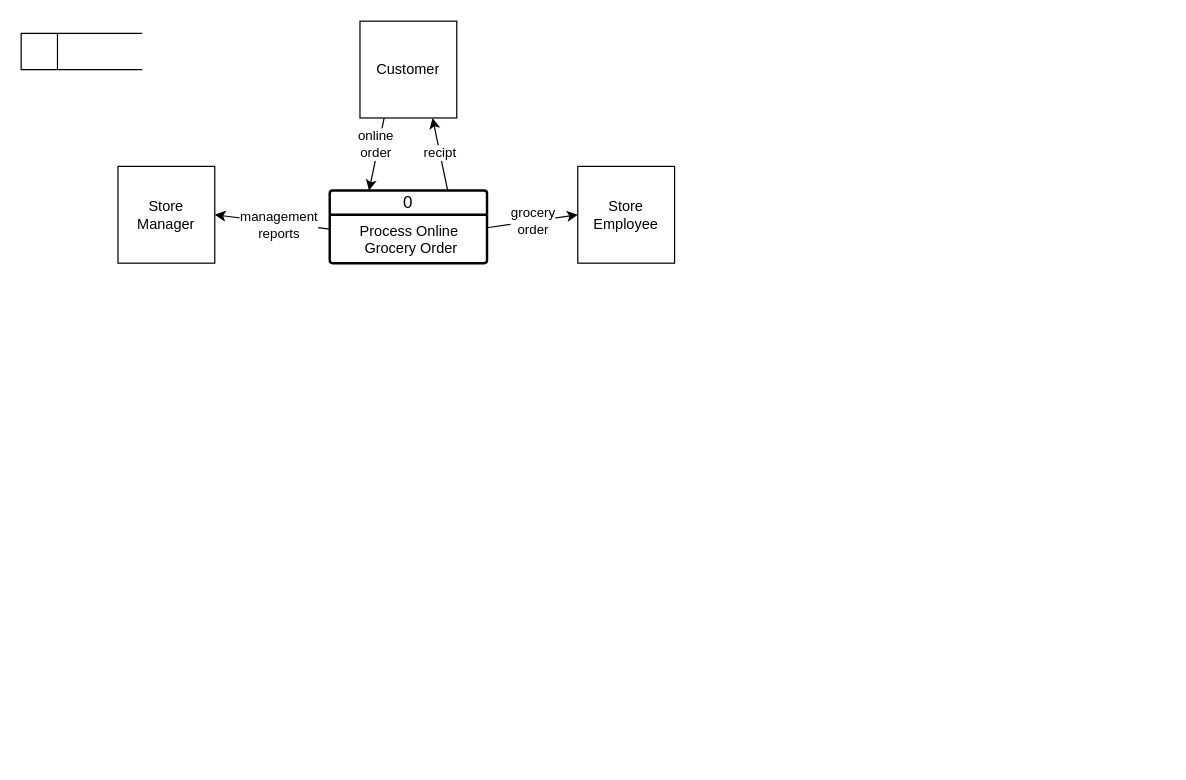
amirabdullahi1/gold keeps this draw.io diagram as SENG 321/Data.drawio. Above is the earlier version. Source tidied: cells renumbered, new cells numbered last; positions are measured from the earlier drawing's top-left corner, leaving out a move shared by most shapes. Both pictures are drawn from the tidied source at 121%, with x=0, y=0 at pixel (21, 21).
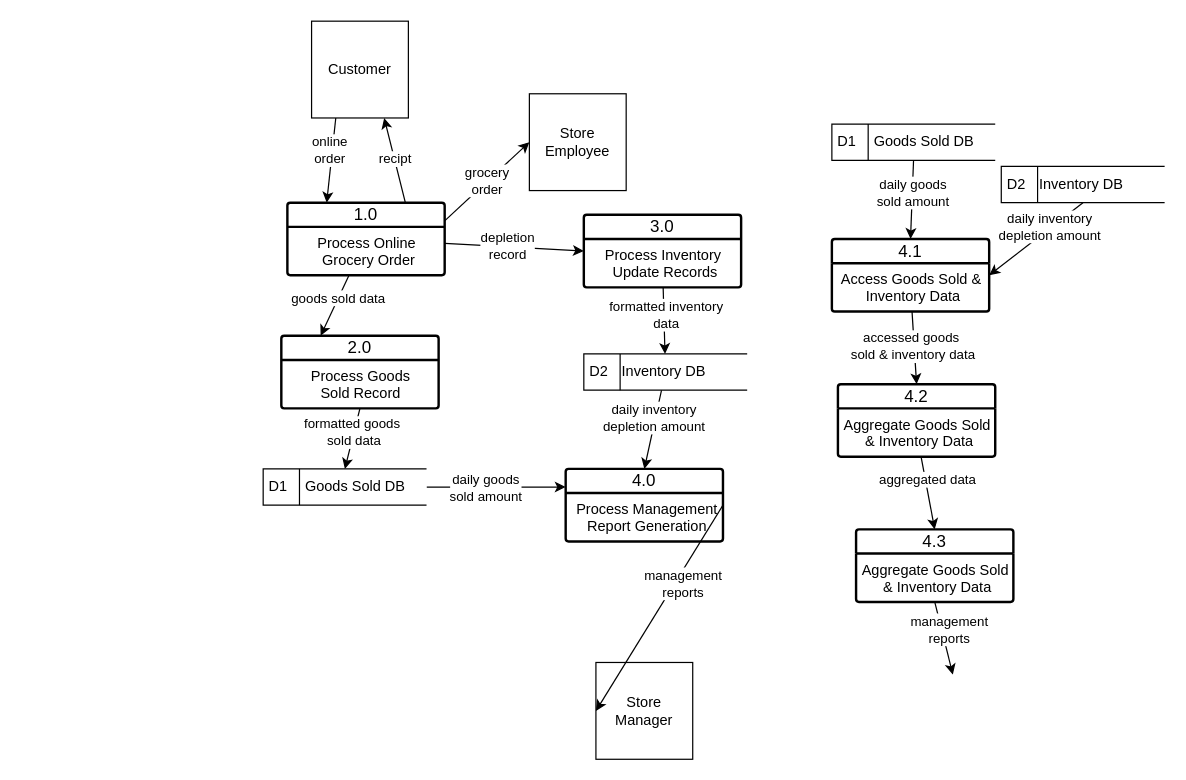
After the change.

What changed in the source:
```diff
@@
-    <mxCell id="2" style="html=1;dashed=0;whiteSpace=wrap;shape=mxgraph.dfd.dataStoreID;align=left;spacingLeft=3;" parent="1" vertex="1">
-      <mxGeometry y="10" width="100" height="30" as="geometry" />
-    </mxCell>
-    <mxCell id="3" style="rounded=0;jettySize=auto;html=1;entryX=0.75;entryY=1;entryDx=0;entryDy=0;exitX=0.75;exitY=0;exitDx=0;exitDy=0;" parent="1" edge="1" source="10" target="7">
+    <mxCell id="3" style="rounded=0;jettySize=auto;html=1;entryX=0.75;entryY=1;entryDx=0;entryDy=0;exitX=0.75;exitY=0;exitDx=0;exitDy=0;" parent="1" edge="1" source="19" target="7">
       <mxGeometry relative="1" as="geometry" />
     </mxCell>
@@
-    <mxCell id="5" style="rounded=0;jettySize=auto;html=1;exitX=0.25;exitY=1;exitDx=0;exitDy=0;entryX=0.25;entryY=0;entryDx=0;entryDy=0;" parent="1" edge="1" source="7" target="10">
+    <mxCell id="5" style="rounded=0;jettySize=auto;html=1;exitX=0.25;exitY=1;exitDx=0;exitDy=0;entryX=0.25;entryY=0;entryDx=0;entryDy=0;" parent="1" edge="1" source="7" target="19">
       <mxGeometry relative="1" as="geometry" />
     </mxCell>
@@
     <mxCell id="7" value="Customer" style="whiteSpace=wrap;html=1;" parent="1" vertex="1">
-      <mxGeometry x="280" width="80" height="80" as="geometry" />
+      <mxGeometry x="240" width="80" height="80" as="geometry" />
     </mxCell>
     <mxCell id="8" value="Store Employee" style="whiteSpace=wrap;html=1;" parent="1" vertex="1">
-      <mxGeometry x="460" y="120" width="80" height="80" as="geometry" />
+      <mxGeometry x="420" y="60" width="80" height="80" as="geometry" />
     </mxCell>
     <mxCell id="9" value="Store Manager" style="whiteSpace=wrap;html=1;" parent="1" vertex="1">
-      <mxGeometry x="80" y="120" width="80" height="80" as="geometry" />
+      <mxGeometry x="475" y="530" width="80" height="80" as="geometry" />
     </mxCell>
-    <mxCell id="10" value="0" style="swimlane;horizontal=1;startSize=20;rounded=1;fontSize=14;fontStyle=0;strokeWidth=2;shadow=0;dashed=0;align=center;arcSize=4;whiteSpace=wrap;html=1;" parent="1" vertex="1">
-      <mxGeometry x="255" y="140" width="130" height="60" as="geometry" />
-    </mxCell>
-    <mxCell id="11" value="Process Online&amp;nbsp;&lt;div&gt;Grocery Order&lt;/div&gt;" style="align=center;strokeColor=none;fillColor=none;spacingLeft=4;fontSize=12;verticalAlign=top;html=1;" parent="10" vertex="1">
-      <mxGeometry y="20" width="130" height="40" as="geometry" />
-    </mxCell>
-    <mxCell id="12" value="grocery&lt;div&gt;order&lt;/div&gt;" style="rounded=0;jettySize=auto;html=1;entryX=0;entryY=0.5;entryDx=0;entryDy=0;" parent="1" edge="1" source="11" target="8">
+    <mxCell id="12" value="grocery&lt;div&gt;order&lt;/div&gt;" style="rounded=0;jettySize=auto;html=1;entryX=0;entryY=0.5;entryDx=0;entryDy=0;exitX=1;exitY=0.25;exitDx=0;exitDy=0;" parent="1" edge="1" source="19" target="8">
       <mxGeometry relative="1" as="geometry" />
     </mxCell>
-    <mxCell id="13" style="rounded=0;jettySize=auto;html=1;entryX=1;entryY=0.5;entryDx=0;entryDy=0;" parent="1" edge="1" source="11" target="9">
+    <mxCell id="13" style="rounded=0;jettySize=auto;html=1;entryX=0;entryY=0.5;entryDx=0;entryDy=0;exitX=1;exitY=0.5;exitDx=0;exitDy=0;" parent="1" edge="1" source="24" target="9">
       <mxGeometry relative="1" as="geometry" />
     </mxCell>
     <mxCell id="14" value="management&lt;div&gt;reports&lt;/div&gt;" style="edgeLabel;html=1;align=center;verticalAlign=middle;" parent="13" vertex="1">
       <mxGeometry x="-0.25" y="1" relative="1" as="geometry">
-        <mxPoint x="-7" as="offset" />
+        <mxPoint x="5" as="offset" />
       </mxGeometry>
     </mxCell>
+    <mxCell id="15" style="rounded=0;jettySize=auto;html=1;entryX=0.25;entryY=0;entryDx=0;entryDy=0;" parent="1" edge="1" source="19" target="20">
+      <mxGeometry relative="1" as="geometry" />
+    </mxCell>
+    <mxCell id="16" value="goods sold data" style="edgeLabel;html=1;align=center;verticalAlign=middle;" parent="15" vertex="1">
+      <mxGeometry x="-0.23" y="-1" relative="1" as="geometry" />
+    </mxCell>
+    <mxCell id="17" style="rounded=0;jettySize=auto;html=1;entryX=0;entryY=0.25;entryDx=0;entryDy=0;" parent="1" edge="1" source="19" target="23">
+      <mxGeometry relative="1" as="geometry" />
+    </mxCell>
+    <mxCell id="18" value="depletion&lt;div&gt;record&lt;/div&gt;" style="edgeLabel;html=1;align=center;verticalAlign=middle;" parent="17" vertex="1">
+      <mxGeometry x="-0.09" y="1" relative="1" as="geometry" />
+    </mxCell>
+    <mxCell id="19" value="1.0" style="swimlane;horizontal=1;startSize=20;rounded=1;fontSize=14;fontStyle=0;strokeWidth=2;shadow=0;dashed=0;align=center;arcSize=4;whiteSpace=wrap;html=1;" parent="1" vertex="1">
+      <mxGeometry x="220" y="150" width="130" height="60" as="geometry" />
+    </mxCell>
+    <mxCell id="11" value="Process Online&amp;nbsp;&lt;div&gt;Grocery Order&lt;/div&gt;" style="align=center;strokeColor=none;fillColor=none;spacingLeft=4;fontSize=12;verticalAlign=top;html=1;" parent="19" vertex="1">
+      <mxGeometry y="20" width="130" height="40" as="geometry" />
+    </mxCell>
+    <mxCell id="20" value="2.0" style="swimlane;horizontal=1;startSize=20;rounded=1;fontSize=14;fontStyle=0;strokeWidth=2;shadow=0;dashed=0;align=center;arcSize=4;whiteSpace=wrap;html=1;" parent="1" vertex="1">
+      <mxGeometry x="215" y="260" width="130" height="60" as="geometry" />
+    </mxCell>
+    <mxCell id="21" value="Process&amp;nbsp;&lt;span style=&quot;background-color: initial;&quot;&gt;Goods&amp;nbsp;&lt;/span&gt;&lt;div&gt;&lt;span style=&quot;background-color: initial;&quot;&gt;Sold Record&amp;nbsp;&lt;/span&gt;&lt;/div&gt;" style="align=center;strokeColor=none;fillColor=none;spacingLeft=4;fontSize=12;verticalAlign=top;html=1;" parent="20" vertex="1">
+      <mxGeometry y="20" width="130" height="40" as="geometry" />
+    </mxCell>
+    <mxCell id="22" value="3.0" style="swimlane;horizontal=1;startSize=20;rounded=1;fontSize=14;fontStyle=0;strokeWidth=2;shadow=0;dashed=0;align=center;arcSize=4;whiteSpace=wrap;html=1;" parent="1" vertex="1">
+      <mxGeometry x="465" y="160" width="130" height="60" as="geometry" />
+    </mxCell>
+    <mxCell id="23" value="Process Inventory&amp;nbsp;&lt;div&gt;Update Records&lt;/div&gt;" style="align=center;strokeColor=none;fillColor=none;spacingLeft=4;fontSize=12;verticalAlign=top;html=1;" parent="22" vertex="1">
+      <mxGeometry y="20" width="130" height="40" as="geometry" />
+    </mxCell>
+    <mxCell id="24" value="4.0" style="swimlane;horizontal=1;startSize=20;rounded=1;fontSize=14;fontStyle=0;strokeWidth=2;shadow=0;dashed=0;align=center;arcSize=4;whiteSpace=wrap;html=1;" parent="1" vertex="1">
+      <mxGeometry x="450" y="370" width="130" height="60" as="geometry" />
+    </mxCell>
+    <mxCell id="25" value="Process Management&lt;div&gt;Report Generation&lt;/div&gt;" style="align=center;strokeColor=none;fillColor=none;spacingLeft=4;fontSize=12;verticalAlign=top;html=1;" parent="24" vertex="1">
+      <mxGeometry y="20" width="130" height="40" as="geometry" />
+    </mxCell>
+    <mxCell id="26" style="rounded=0;jettySize=auto;html=1;entryX=0;entryY=0.25;entryDx=0;entryDy=0;" parent="1" edge="1" source="28" target="24">
+      <mxGeometry relative="1" as="geometry" />
+    </mxCell>
+    <mxCell id="27" value="daily goods&lt;div&gt;sold amount&lt;/div&gt;" style="edgeLabel;html=1;align=center;verticalAlign=middle;" parent="26" vertex="1">
+      <mxGeometry x="-0.16" relative="1" as="geometry" />
+    </mxCell>
+    <mxCell id="28" value="D1&lt;span style=&quot;white-space: pre;&quot;&gt;&#9;&lt;/span&gt;&amp;nbsp;Goods Sold DB" style="html=1;dashed=0;whiteSpace=wrap;shape=mxgraph.dfd.dataStoreID;align=left;spacingLeft=3;points=[[0,0],[0.5,0],[1,0],[0,0.5],[1,0.5],[0,1],[0.5,1],[1,1]];" parent="1" vertex="1">
+      <mxGeometry x="200" y="370" width="135" height="30" as="geometry" />
+    </mxCell>
+    <mxCell id="29" style="rounded=0;jettySize=auto;html=1;entryX=0.5;entryY=0;entryDx=0;entryDy=0;exitX=0.5;exitY=1;exitDx=0;exitDy=0;" parent="1" edge="1" source="20" target="28">
+      <mxGeometry relative="1" as="geometry" />
+    </mxCell>
+    <mxCell id="30" value="formatted goods&amp;nbsp;&lt;div&gt;sold data&lt;/div&gt;" style="edgeLabel;html=1;align=center;verticalAlign=middle;" parent="29" vertex="1">
+      <mxGeometry x="-0.23" y="-1" relative="1" as="geometry" />
+    </mxCell>
+    <mxCell id="31" style="rounded=0;jettySize=auto;html=1;entryX=0.5;entryY=0;entryDx=0;entryDy=0;" parent="1" edge="1" source="33" target="24">
+      <mxGeometry relative="1" as="geometry" />
+    </mxCell>
+    <mxCell id="32" value="daily inventory&lt;div&gt;depletion amount&lt;/div&gt;" style="edgeLabel;html=1;align=center;verticalAlign=middle;" parent="31" vertex="1">
+      <mxGeometry x="-0.3" y="-2" relative="1" as="geometry" />
+    </mxCell>
+    <mxCell id="33" value="D2&lt;span style=&quot;white-space: pre;&quot;&gt;&#9;&lt;/span&gt;Inventory DB" style="html=1;dashed=0;whiteSpace=wrap;shape=mxgraph.dfd.dataStoreID;align=left;spacingLeft=3;points=[[0,0],[0.5,0],[1,0],[0,0.5],[1,0.5],[0,1],[0.5,1],[1,1]];" parent="1" vertex="1">
+      <mxGeometry x="465" y="275" width="135" height="30" as="geometry" />
+    </mxCell>
+    <mxCell id="34" style="rounded=0;jettySize=auto;html=1;" parent="1" edge="1" source="23" target="33">
+      <mxGeometry relative="1" as="geometry" />
+    </mxCell>
+    <mxCell id="35" value="formatted inventory&lt;div&gt;data&lt;/div&gt;" style="edgeLabel;html=1;align=center;verticalAlign=middle;" parent="34" vertex="1">
+      <mxGeometry x="-0.33" y="1" relative="1" as="geometry">
+        <mxPoint y="5" as="offset" />
+      </mxGeometry>
+    </mxCell>
+    <mxCell id="36" value="4.1" style="swimlane;horizontal=1;startSize=20;rounded=1;fontSize=14;fontStyle=0;strokeWidth=2;shadow=0;dashed=0;align=center;arcSize=4;whiteSpace=wrap;html=1;" parent="1" vertex="1">
+      <mxGeometry x="670" y="180" width="130" height="60" as="geometry" />
+    </mxCell>
+    <mxCell id="37" value="Access Goods Sold &amp;amp;&amp;nbsp;&lt;div&gt;Inventory Data&lt;/div&gt;" style="align=center;strokeColor=none;fillColor=none;spacingLeft=4;fontSize=12;verticalAlign=top;html=1;" parent="36" vertex="1">
+      <mxGeometry y="20" width="130" height="40" as="geometry" />
+    </mxCell>
+    <mxCell id="38" value="4.2" style="swimlane;horizontal=1;startSize=20;rounded=1;fontSize=14;fontStyle=0;strokeWidth=2;shadow=0;dashed=0;align=center;arcSize=4;whiteSpace=wrap;html=1;" parent="1" vertex="1">
+      <mxGeometry x="675" y="300" width="130" height="60" as="geometry" />
+    </mxCell>
+    <mxCell id="39" value="Aggregate Goods Sold&amp;nbsp;&lt;div&gt;&amp;amp;&amp;nbsp;&lt;span style=&quot;background-color: initial;&quot;&gt;Inventory Data&lt;/span&gt;&lt;/div&gt;" style="align=center;strokeColor=none;fillColor=none;spacingLeft=4;fontSize=12;verticalAlign=top;html=1;" parent="38" vertex="1">
+      <mxGeometry y="20" width="130" height="40" as="geometry" />
+    </mxCell>
+    <mxCell id="40" value="4.3" style="swimlane;horizontal=1;startSize=20;rounded=1;fontSize=14;fontStyle=0;strokeWidth=2;shadow=0;dashed=0;align=center;arcSize=4;whiteSpace=wrap;html=1;" parent="1" vertex="1">
+      <mxGeometry x="690" y="420" width="130" height="60" as="geometry" />
+    </mxCell>
+    <mxCell id="41" value="Aggregate Goods Sold&amp;nbsp;&lt;div&gt;&amp;amp;&amp;nbsp;&lt;span style=&quot;background-color: initial;&quot;&gt;Inventory Data&lt;/span&gt;&lt;/div&gt;" style="align=center;strokeColor=none;fillColor=none;spacingLeft=4;fontSize=12;verticalAlign=top;html=1;" parent="40" vertex="1">
+      <mxGeometry y="20" width="130" height="40" as="geometry" />
+    </mxCell>
+    <mxCell id="42" value="D1&lt;span style=&quot;white-space: pre;&quot;&gt;&#9;&lt;/span&gt;&amp;nbsp;Goods Sold DB" style="html=1;dashed=0;whiteSpace=wrap;shape=mxgraph.dfd.dataStoreID;align=left;spacingLeft=3;points=[[0,0],[0.5,0],[1,0],[0,0.5],[1,0.5],[0,1],[0.5,1],[1,1]];" parent="1" vertex="1">
+      <mxGeometry x="670" y="85" width="135" height="30" as="geometry" />
+    </mxCell>
+    <mxCell id="43" style="rounded=0;jettySize=auto;html=1;entryX=0.5;entryY=0;entryDx=0;entryDy=0;exitX=0.5;exitY=1;exitDx=0;exitDy=0;" parent="1" edge="1" source="42" target="36">
+      <mxGeometry relative="1" as="geometry" />
+    </mxCell>
+    <mxCell id="44" value="daily goods&lt;div&gt;sold amount&lt;/div&gt;" style="edgeLabel;html=1;align=center;verticalAlign=middle;" parent="43" vertex="1">
+      <mxGeometry x="-0.16" relative="1" as="geometry" />
+    </mxCell>
+    <mxCell id="45" value="D2&lt;span style=&quot;white-space: pre;&quot;&gt;&#9;&lt;/span&gt;Inventory DB" style="html=1;dashed=0;whiteSpace=wrap;shape=mxgraph.dfd.dataStoreID;align=left;spacingLeft=3;points=[[0,0],[0.5,0],[1,0],[0,0.5],[1,0.5],[0,1],[0.5,1],[1,1]];" parent="1" vertex="1">
+      <mxGeometry x="810" y="120" width="135" height="30" as="geometry" />
+    </mxCell>
+    <mxCell id="46" style="rounded=0;jettySize=auto;html=1;entryX=1;entryY=0.25;entryDx=0;entryDy=0;exitX=0.5;exitY=1;exitDx=0;exitDy=0;" parent="1" edge="1" source="45" target="37">
+      <mxGeometry relative="1" as="geometry" />
+    </mxCell>
+    <mxCell id="47" value="daily inventory&lt;div&gt;depletion amount&lt;/div&gt;" style="edgeLabel;html=1;align=center;verticalAlign=middle;" parent="46" vertex="1">
+      <mxGeometry x="-0.3" y="-2" relative="1" as="geometry" />
+    </mxCell>
+    <mxCell id="48" style="rounded=0;jettySize=auto;html=1;entryX=0.5;entryY=0;entryDx=0;entryDy=0;" parent="1" edge="1" source="37" target="38">
+      <mxGeometry relative="1" as="geometry" />
+    </mxCell>
+    <mxCell id="49" value="accessed goods&amp;nbsp;&lt;div&gt;sold &amp;amp; inventory data&lt;/div&gt;" style="edgeLabel;html=1;align=center;verticalAlign=middle;" parent="48" vertex="1">
+      <mxGeometry x="-0.08" y="-1" relative="1" as="geometry" />
+    </mxCell>
+    <mxCell id="50" style="rounded=0;jettySize=auto;html=1;entryX=0.5;entryY=0;entryDx=0;entryDy=0;" parent="1" edge="1" source="39" target="40">
+      <mxGeometry relative="1" as="geometry" />
+    </mxCell>
+    <mxCell id="51" value="aggregated data" style="edgeLabel;html=1;align=center;verticalAlign=middle;" parent="50" vertex="1">
+      <mxGeometry x="-0.38" y="1" relative="1" as="geometry" />
+    </mxCell>
+    <mxCell id="52" style="rounded=0;jettySize=auto;html=1;exitX=0.5;exitY=1;exitDx=0;exitDy=0;" parent="1" edge="1" source="41">
+      <mxGeometry relative="1" as="geometry">
+        <mxPoint x="770" y="540" as="targetPoint" />
+      </mxGeometry>
+    </mxCell>
+    <mxCell id="53" value="management&lt;div&gt;reports&lt;/div&gt;" style="edgeLabel;html=1;align=center;verticalAlign=middle;" parent="52" vertex="1">
+      <mxGeometry x="-0.25" y="1" relative="1" as="geometry">
+        <mxPoint x="5" as="offset" />
+      </mxGeometry>
+    </mxCell>
```
